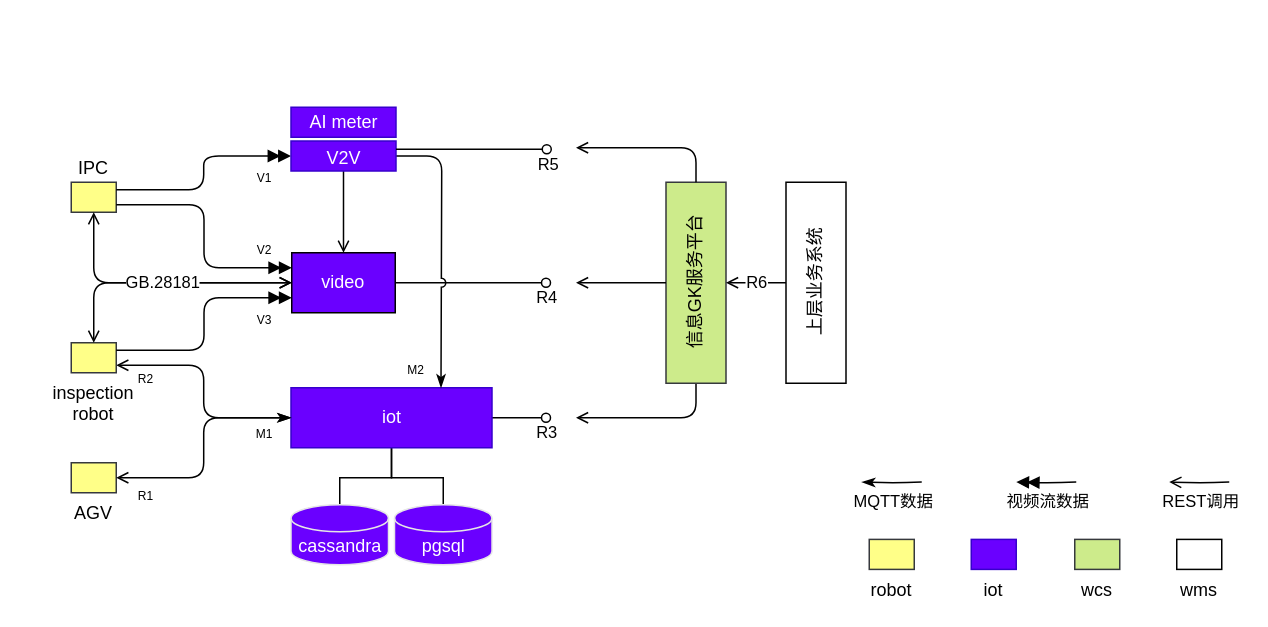
The draw.io diagram docs/architecture.drawio in lvyv/mptools, before the edit. Source tidied: cells renumbered, new cells numbered last; positions are measured from the earlier drawing's top-left corner, leaving out a move shared by most shapes. Both pictures are drawn from the tidied source at 150%, with x=0, y=0 at pixel (70, 106).
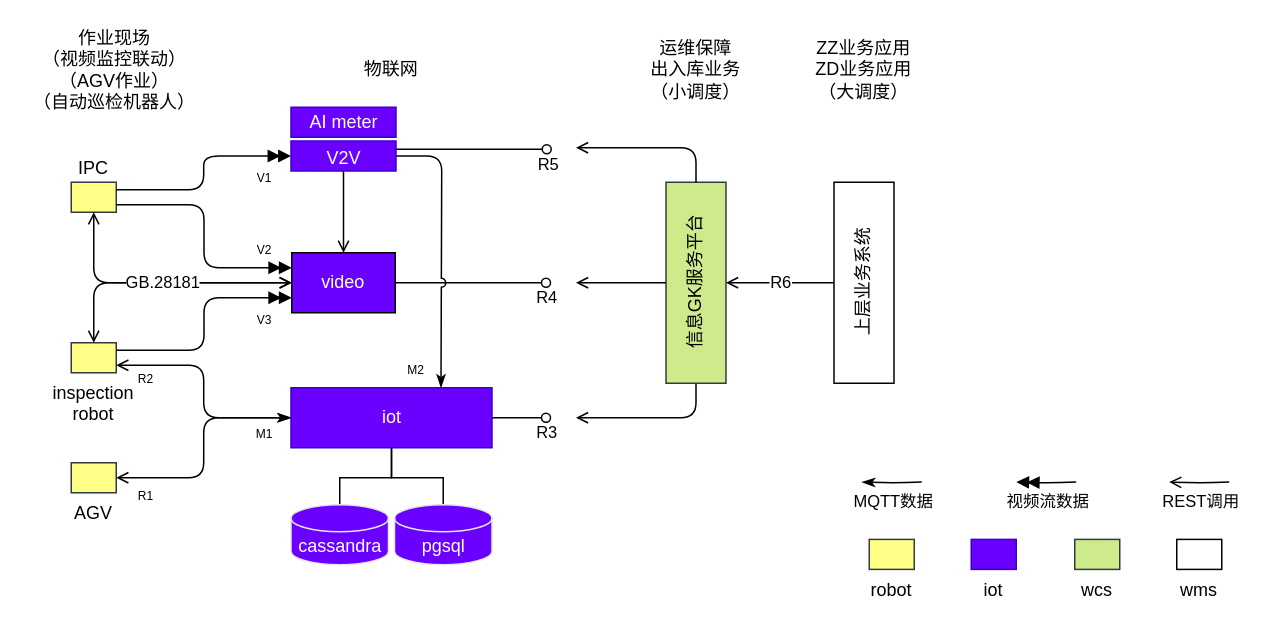
The same page after the edit.

What changed in the source:
```diff
@@
     <mxCell id="34" value="上层业务系统" style="rounded=0;whiteSpace=wrap;html=1;shadow=0;labelBackgroundColor=none;labelPosition=center;verticalLabelPosition=middle;align=center;verticalAlign=middle;horizontal=0;" parent="1" vertex="1">
-      <mxGeometry x="476.5" y="50" width="40" height="134" as="geometry" />
+      <mxGeometry x="508.5" y="50" width="40" height="134" as="geometry" />
     </mxCell>
@@
+    <mxCell id="47" value="ZZ业务应用&lt;br&gt;ZD业务应用&lt;br&gt;（大调度）" style="text;html=1;strokeColor=none;fillColor=none;align=center;verticalAlign=middle;whiteSpace=wrap;rounded=0;" parent="1" vertex="1">
+      <mxGeometry x="478.2" y="-40" width="100.5" height="30" as="geometry" />
+    </mxCell>
+    <mxCell id="48" value="运维保障&lt;br&gt;出入库业务&lt;br&gt;（小调度）" style="text;html=1;strokeColor=none;fillColor=none;align=center;verticalAlign=middle;whiteSpace=wrap;rounded=0;" parent="1" vertex="1">
+      <mxGeometry x="366.2" y="-40" width="100.5" height="30" as="geometry" />
+    </mxCell>
+    <mxCell id="49" value="物联网" style="text;html=1;strokeColor=none;fillColor=none;align=center;verticalAlign=middle;whiteSpace=wrap;rounded=0;" parent="1" vertex="1">
+      <mxGeometry x="163.2" y="-40" width="100.5" height="30" as="geometry" />
+    </mxCell>
+    <mxCell id="50" value="作业现场&lt;br&gt;（视频监控联动）&lt;br&gt;（AGV作业）&lt;br&gt;（自动巡检机器人）" style="text;html=1;strokeColor=none;fillColor=none;align=center;verticalAlign=middle;whiteSpace=wrap;rounded=0;" parent="1" vertex="1">
+      <mxGeometry x="-30" y="-40" width="117.5" height="30" as="geometry" />
+    </mxCell>
```
